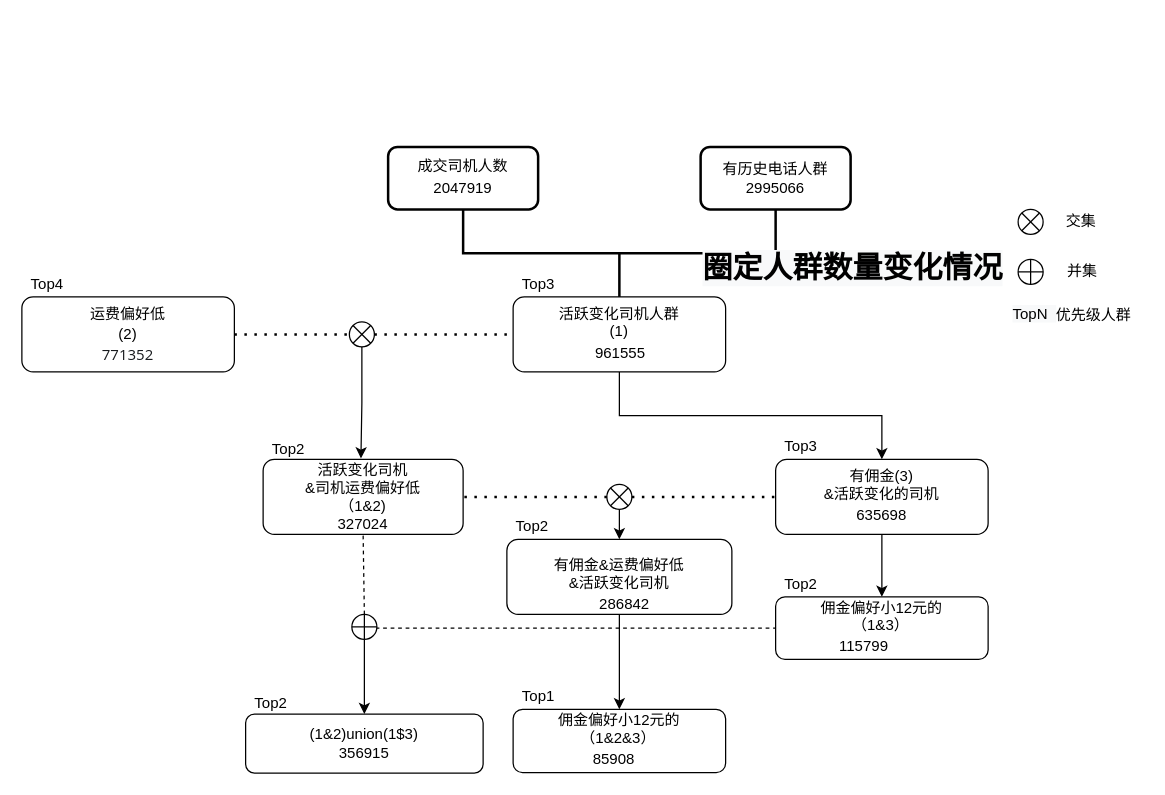
The draw.io diagram Untitled Diagram.drawio in zhujinqiu/zjq_first, before the edit. Source tidied: cells renumbered, new cells numbered last; positions are measured from the earlier drawing's top-left corner, leaving out a move shared by most shapes. Both pictures are drawn from the tidied source at 125%, with x=0, y=0 at pixel (21, 96).
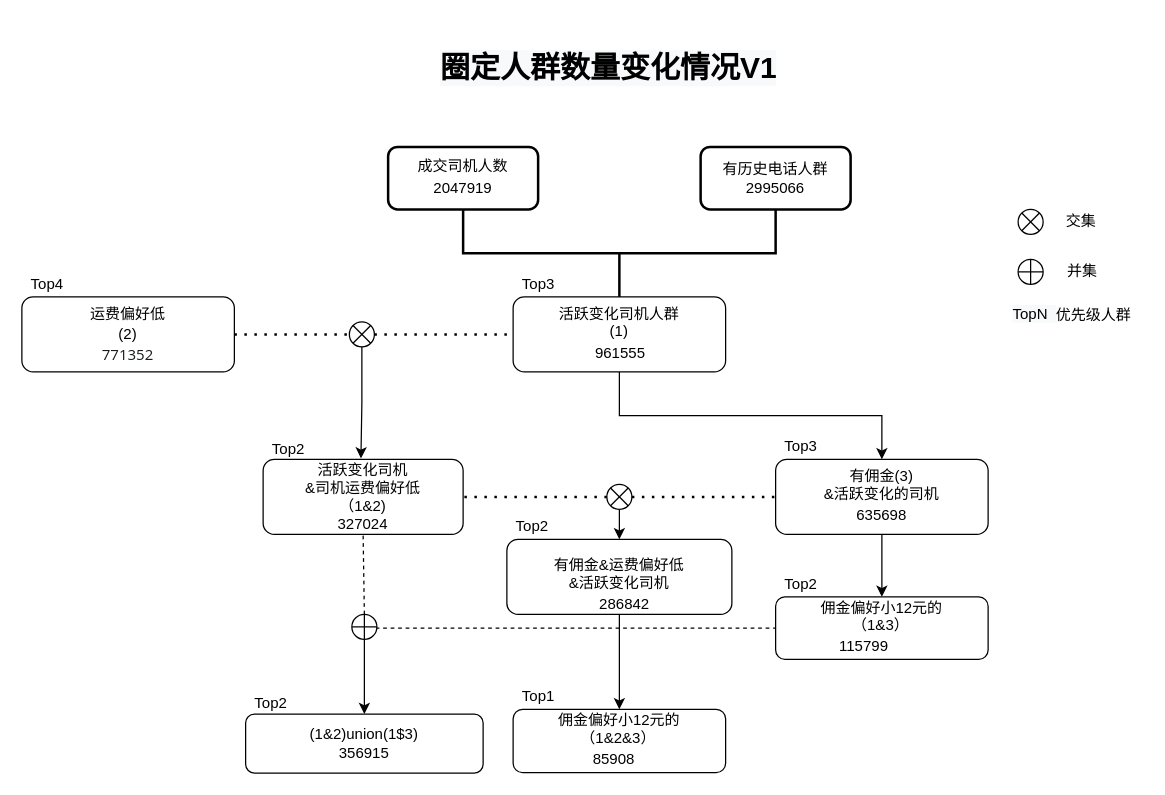
The same page after the edit.

Diff of the diagram source:
```diff
@@
-    <mxCell id="13" value="&lt;h1 style=&quot;color: rgb(0, 0, 0); font-family: Helvetica; font-style: normal; font-variant-ligatures: normal; font-variant-caps: normal; letter-spacing: normal; orphans: 2; text-align: center; text-indent: 0px; text-transform: none; widows: 2; word-spacing: 0px; -webkit-text-stroke-width: 0px; background-color: rgb(248, 249, 250); text-decoration-thickness: initial; text-decoration-style: initial; text-decoration-color: initial;&quot;&gt;圈定人群数量变化情况&lt;/h1&gt;" style="text;whiteSpace=wrap;html=1;" parent="1" vertex="1">
-      <mxGeometry x="543" y="100" width="270" height="60" as="geometry" />
+    <mxCell id="13" value="&lt;h1 style=&quot;color: rgb(0, 0, 0); font-family: Helvetica; font-style: normal; font-variant-ligatures: normal; font-variant-caps: normal; letter-spacing: normal; orphans: 2; text-align: center; text-indent: 0px; text-transform: none; widows: 2; word-spacing: 0px; -webkit-text-stroke-width: 0px; background-color: rgb(248, 249, 250); text-decoration-thickness: initial; text-decoration-style: initial; text-decoration-color: initial;&quot;&gt;圈定人群数量变化情况V1&lt;/h1&gt;" style="text;whiteSpace=wrap;html=1;" parent="1" vertex="1">
+      <mxGeometry x="333" y="-60" width="320" height="60" as="geometry" />
     </mxCell>
```
